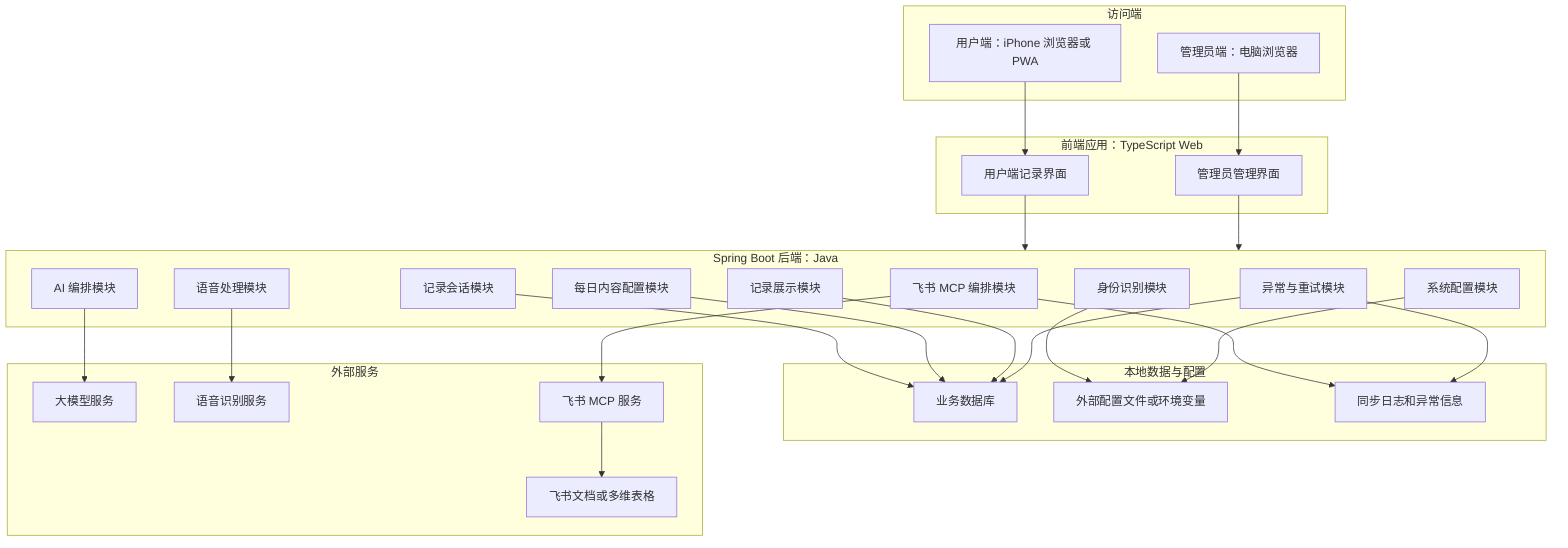
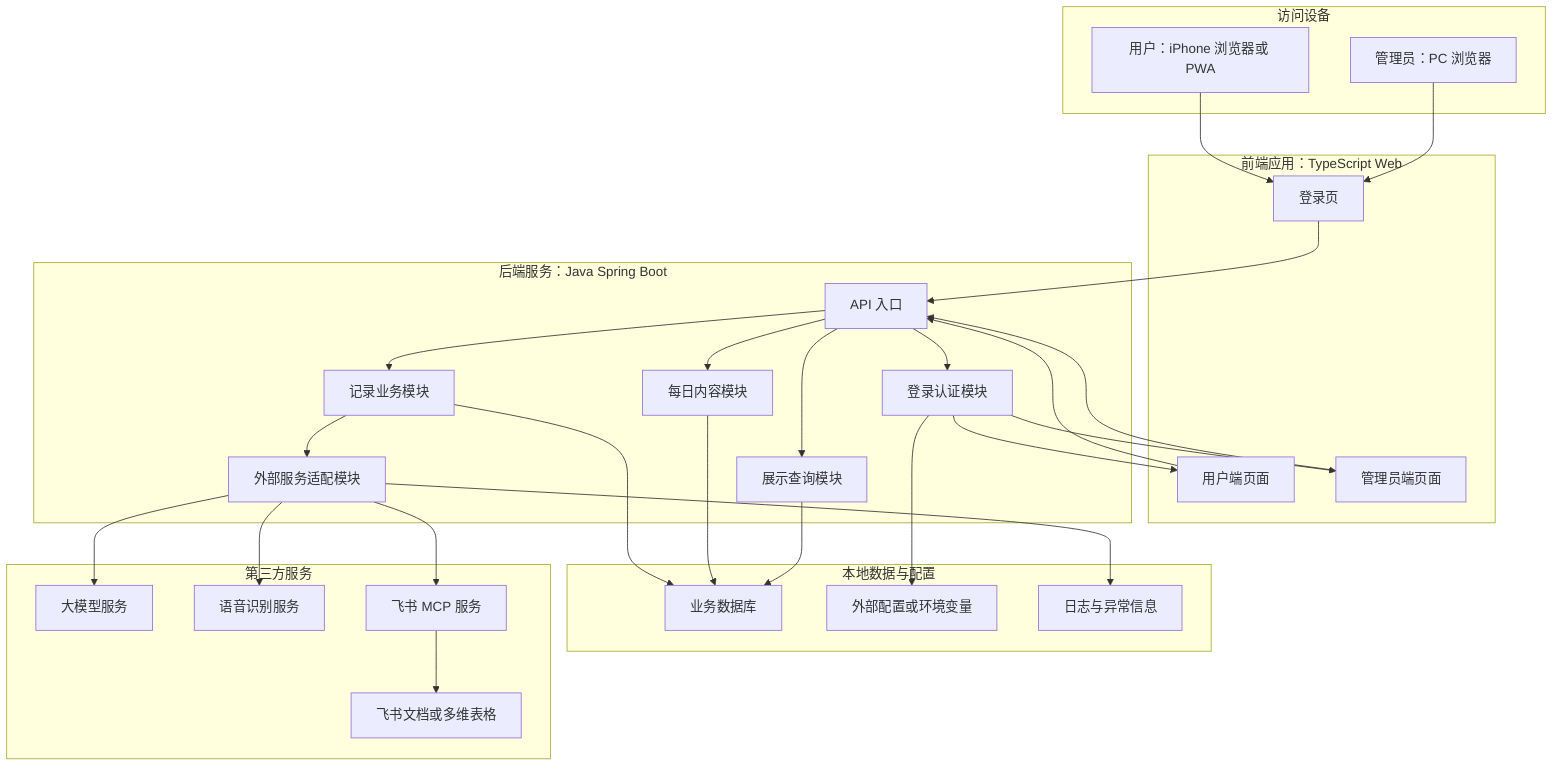
flowchart TB
-     subgraph A["访问端"]
-         A1["用户端：iPhone 浏览器或 PWA"]
-         A2["管理员端：电脑浏览器"]
+     subgraph Client["访问设备"]
+         C1["用户：iPhone 浏览器或 PWA"]
+         C2["管理员：PC 浏览器"]
    end

-     subgraph B["前端应用：TypeScript Web"]
-         B1["用户端记录界面"]
-         B2["管理员管理界面"]
+     subgraph Frontend["前端应用：TypeScript Web"]
+         F1["登录页"]
+         F2["用户端页面"]
+         F3["管理员端页面"]
    end

-     subgraph C["Spring Boot 后端：Java"]
-         C1["身份识别模块"]
-         C2["记录会话模块"]
-         C3["AI 编排模块"]
-         C4["飞书 MCP 编排模块"]
-         C5["每日内容配置模块"]
-         C6["记录展示模块"]
-         C7["异常与重试模块"]
-         C8["系统配置模块"]
-         C9["语音处理模块"]
+     subgraph Backend["后端服务：Java Spring Boot"]
+         B0["API 入口"]
+         B1["登录认证模块"]
+         B2["记录业务模块"]
+         B3["每日内容模块"]
+         B4["展示查询模块"]
+         B5["外部服务适配模块"]
    end

-     subgraph D["本地数据与配置"]
+     subgraph Local["本地数据与配置"]
        D1["业务数据库"]
-         D2["外部配置文件或环境变量"]
-         D3["同步日志和异常信息"]
+         D2["外部配置或环境变量"]
+         D3["日志与异常信息"]
    end

-     subgraph E["外部服务"]
+     subgraph ThirdParty["第三方服务"]
        E1["大模型服务"]
        E2["语音识别服务"]
        E3["飞书 MCP 服务"]
        E4["飞书文档或多维表格"]
    end

-     A1 --> B1
-     A2 --> B2
-     B1 --> C
-     B2 --> C
+     C1 --> F1
+     C2 --> F1

-     C1 --> D2
-     C2 --> D1
-     C3 --> E1
-     C4 --> E3
-     C5 --> D1
-     C6 --> D1
-     C7 --> D1
-     C8 --> D2
-     C9 --> E2
-     C4 --> D3
-     C7 --> D3
+     F1 --> B0
+     B0 --> B1

+     B1 --> F2
+     B1 --> F3
+ 
+     F2 --> B0
+     F3 --> B0
+ 
+     B0 --> B2
+     B0 --> B3
+     B0 --> B4
+ 
+     B1 --> D2
+     B2 --> D1
+     B3 --> D1
+     B4 --> D1
+ 
+     B2 --> B5
+     B5 --> E1
+     B5 --> E2
+     B5 --> E3
    E3 --> E4
+ 
+     B5 --> D3